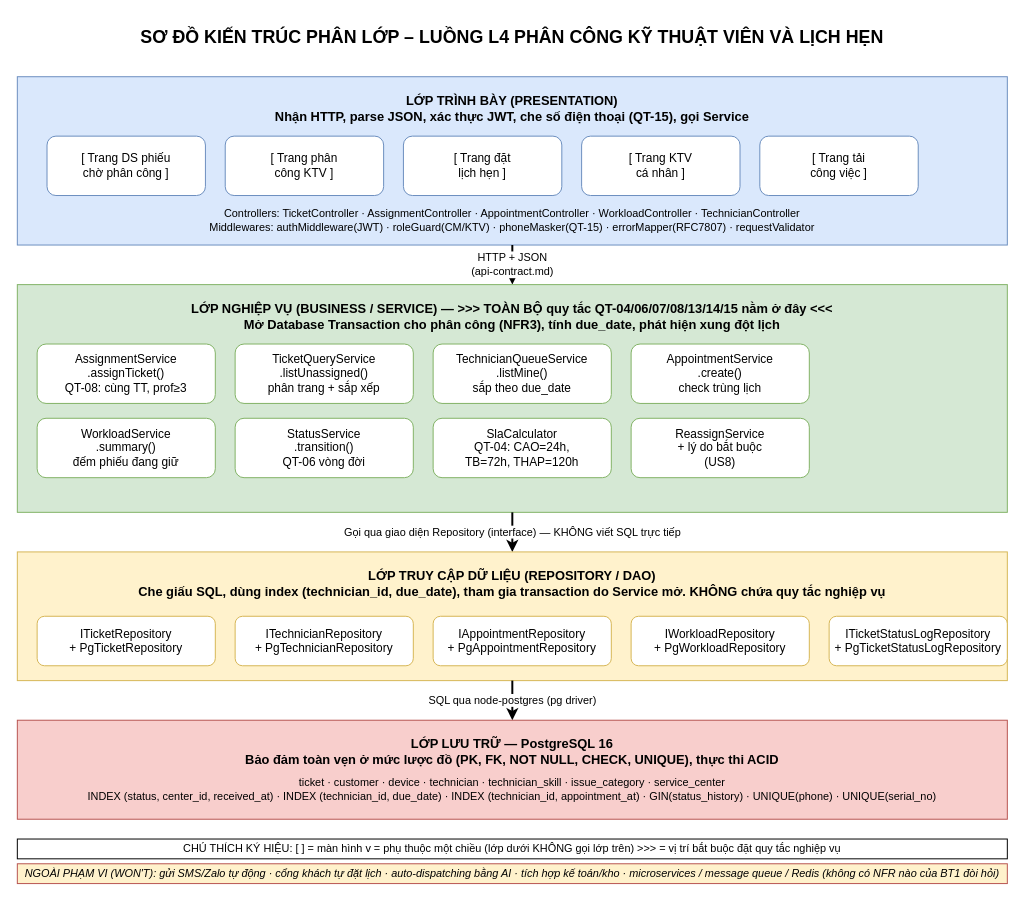
Above: docs/architecture.drawio in NguyenVinh2504/Cdtn1-NguyenTranHoangVinh-L4 (draw.io), before the change. Source tidied: cells renumbered, new cells numbered last; positions are measured from the earlier drawing's top-left corner, leaving out a move shared by most shapes. Both pictures are drawn from the tidied source at 99%, with x=0, y=0 at pixel (17, 17).
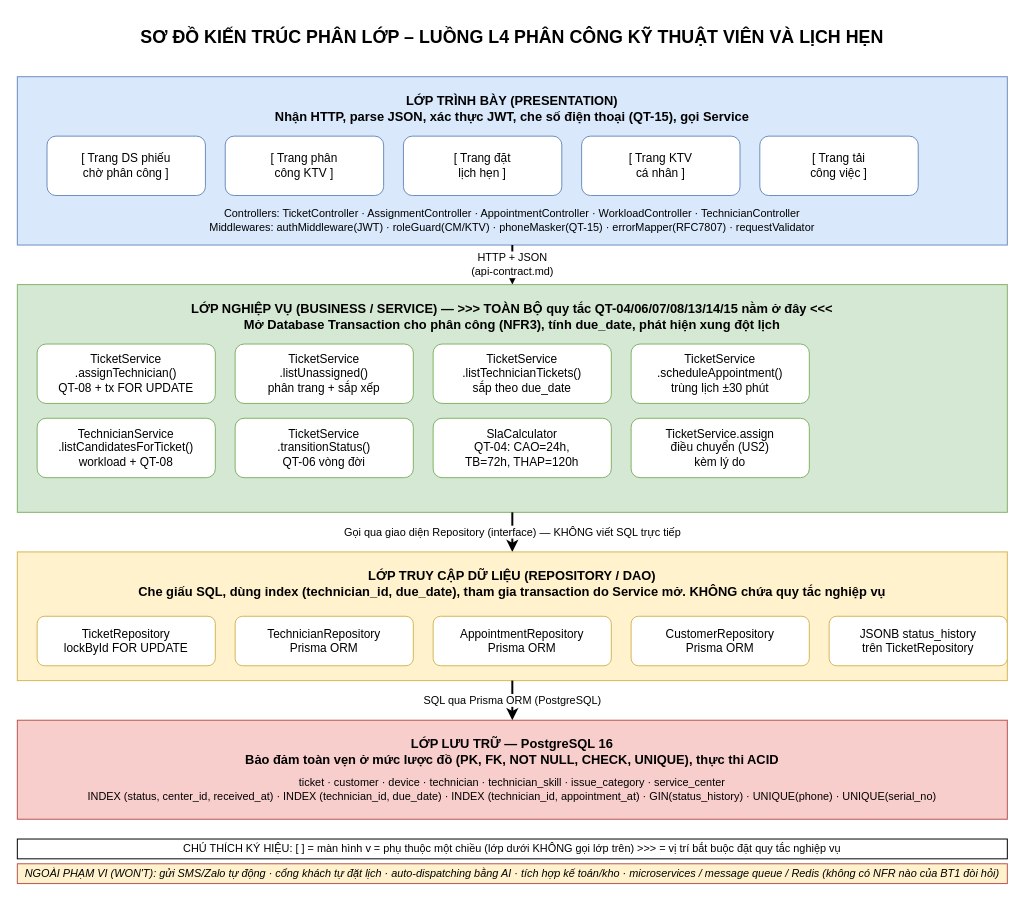
The same page after the edit.

The change refers to these unchanged cells:
```xml
<mxCell id="23" style="rounded=0;whiteSpace=wrap;html=1;fillColor=#fff2cc;strokeColor=#d6b656;" parent="1" vertex="1">
  <mxGeometry y="540" width="1000" height="130" as="geometry" />
</mxCell>
<mxCell id="31" style="rounded=0;whiteSpace=wrap;html=1;fillColor=#f8cecc;strokeColor=#b85450;" parent="1" vertex="1">
  <mxGeometry y="710" width="1000" height="100" as="geometry" />
</mxCell>
```

What changed in the source:
```diff
@@
-    <mxCell id="14" value="AssignmentService&#10;.assignTicket()&#10;QT-08: cùng TT, prof≥3" style="rounded=1;whiteSpace=wrap;html=1;fillColor=#ffffff;strokeColor=#82b366;" parent="1" vertex="1">
+    <mxCell id="14" value="TicketService&#10;.assignTechnician()&#10;QT-08 + tx FOR UPDATE" style="rounded=1;whiteSpace=wrap;html=1;fillColor=#ffffff;strokeColor=#82b366;" parent="1" vertex="1">
       <mxGeometry x="20" y="330" width="180" height="60" as="geometry" />
     </mxCell>
-    <mxCell id="15" value="TicketQueryService&#10;.listUnassigned()&#10;phân trang + sắp xếp" style="rounded=1;whiteSpace=wrap;html=1;fillColor=#ffffff;strokeColor=#82b366;" parent="1" vertex="1">
+    <mxCell id="15" value="TicketService&#10;.listUnassigned()&#10;phân trang + sắp xếp" style="rounded=1;whiteSpace=wrap;html=1;fillColor=#ffffff;strokeColor=#82b366;" parent="1" vertex="1">
       <mxGeometry x="220" y="330" width="180" height="60" as="geometry" />
     </mxCell>
-    <mxCell id="16" value="TechnicianQueueService&#10;.listMine()&#10;sắp theo due_date" style="rounded=1;whiteSpace=wrap;html=1;fillColor=#ffffff;strokeColor=#82b366;" parent="1" vertex="1">
+    <mxCell id="16" value="TicketService&#10;.listTechnicianTickets()&#10;sắp theo due_date" style="rounded=1;whiteSpace=wrap;html=1;fillColor=#ffffff;strokeColor=#82b366;" parent="1" vertex="1">
       <mxGeometry x="420" y="330" width="180" height="60" as="geometry" />
     </mxCell>
-    <mxCell id="17" value="AppointmentService&#10;.create()&#10;check trùng lịch" style="rounded=1;whiteSpace=wrap;html=1;fillColor=#ffffff;strokeColor=#82b366;" parent="1" vertex="1">
+    <mxCell id="17" value="TicketService&#10;.scheduleAppointment()&#10;trùng lịch ±30 phút" style="rounded=1;whiteSpace=wrap;html=1;fillColor=#ffffff;strokeColor=#82b366;" parent="1" vertex="1">
       <mxGeometry x="620" y="330" width="180" height="60" as="geometry" />
     </mxCell>
-    <mxCell id="18" value="WorkloadService&#10;.summary()&#10;đếm phiếu đang giữ" style="rounded=1;whiteSpace=wrap;html=1;fillColor=#ffffff;strokeColor=#82b366;" parent="1" vertex="1">
+    <mxCell id="18" value="TechnicianService&#10;.listCandidatesForTicket()&#10;workload + QT-08" style="rounded=1;whiteSpace=wrap;html=1;fillColor=#ffffff;strokeColor=#82b366;" parent="1" vertex="1">
       <mxGeometry x="20" y="405" width="180" height="60" as="geometry" />
     </mxCell>
-    <mxCell id="19" value="StatusService&#10;.transition()&#10;QT-06 vòng đời" style="rounded=1;whiteSpace=wrap;html=1;fillColor=#ffffff;strokeColor=#82b366;" parent="1" vertex="1">
+    <mxCell id="19" value="TicketService&#10;.transitionStatus()&#10;QT-06 vòng đời" style="rounded=1;whiteSpace=wrap;html=1;fillColor=#ffffff;strokeColor=#82b366;" parent="1" vertex="1">
       <mxGeometry x="220" y="405" width="180" height="60" as="geometry" />
     </mxCell>
@@
-    <mxCell id="21" value="ReassignService&#10;+ lý do bắt buộc&#10;(US8)" style="rounded=1;whiteSpace=wrap;html=1;fillColor=#ffffff;strokeColor=#82b366;" parent="1" vertex="1">
+    <mxCell id="21" value="TicketService.assign&#10;điều chuyển (US2)&#10;kèm lý do" style="rounded=1;whiteSpace=wrap;html=1;fillColor=#ffffff;strokeColor=#82b366;" parent="1" vertex="1">
       <mxGeometry x="620" y="405" width="180" height="60" as="geometry" />
     </mxCell>
@@
-    <mxCell id="25" value="ITicketRepository&#10;+ PgTicketRepository" style="rounded=1;whiteSpace=wrap;html=1;fillColor=#ffffff;strokeColor=#d6b656;" parent="1" vertex="1">
+    <mxCell id="25" value="TicketRepository&#10;lockById FOR UPDATE" style="rounded=1;whiteSpace=wrap;html=1;fillColor=#ffffff;strokeColor=#d6b656;" parent="1" vertex="1">
       <mxGeometry x="20" y="605" width="180" height="50" as="geometry" />
     </mxCell>
-    <mxCell id="26" value="ITechnicianRepository&#10;+ PgTechnicianRepository" style="rounded=1;whiteSpace=wrap;html=1;fillColor=#ffffff;strokeColor=#d6b656;" parent="1" vertex="1">
+    <mxCell id="26" value="TechnicianRepository&#10;Prisma ORM" style="rounded=1;whiteSpace=wrap;html=1;fillColor=#ffffff;strokeColor=#d6b656;" parent="1" vertex="1">
       <mxGeometry x="220" y="605" width="180" height="50" as="geometry" />
     </mxCell>
-    <mxCell id="27" value="IAppointmentRepository&#10;+ PgAppointmentRepository" style="rounded=1;whiteSpace=wrap;html=1;fillColor=#ffffff;strokeColor=#d6b656;" parent="1" vertex="1">
+    <mxCell id="27" value="AppointmentRepository&#10;Prisma ORM" style="rounded=1;whiteSpace=wrap;html=1;fillColor=#ffffff;strokeColor=#d6b656;" parent="1" vertex="1">
       <mxGeometry x="420" y="605" width="180" height="50" as="geometry" />
     </mxCell>
-    <mxCell id="28" value="IWorkloadRepository&#10;+ PgWorkloadRepository" style="rounded=1;whiteSpace=wrap;html=1;fillColor=#ffffff;strokeColor=#d6b656;" parent="1" vertex="1">
+    <mxCell id="28" value="CustomerRepository&#10;Prisma ORM" style="rounded=1;whiteSpace=wrap;html=1;fillColor=#ffffff;strokeColor=#d6b656;" parent="1" vertex="1">
       <mxGeometry x="620" y="605" width="180" height="50" as="geometry" />
     </mxCell>
-    <mxCell id="29" value="ITicketStatusLogRepository&#10;+ PgTicketStatusLogRepository" style="rounded=1;whiteSpace=wrap;html=1;fillColor=#ffffff;strokeColor=#d6b656;" parent="1" vertex="1">
+    <mxCell id="29" value="JSONB status_history&#10;trên TicketRepository" style="rounded=1;whiteSpace=wrap;html=1;fillColor=#ffffff;strokeColor=#d6b656;" parent="1" vertex="1">
       <mxGeometry x="820" y="605" width="180" height="50" as="geometry" />
     </mxCell>
-    <mxCell id="30" value="SQL qua node-postgres (pg driver)" style="endArrow=classic;html=1;exitX=0.5;exitY=1;exitDx=0;exitDy=0;entryX=0.5;entryY=0;entryDx=0;entryDy=0;fontSize=11;strokeWidth=2;" parent="1" edge="1" source="23" target="31">
+    <mxCell id="30" value="SQL qua Prisma ORM (PostgreSQL)" style="endArrow=classic;html=1;exitX=0.5;exitY=1;exitDx=0;exitDy=0;entryX=0.5;entryY=0;entryDx=0;entryDy=0;fontSize=11;strokeWidth=2;" parent="1" edge="1" source="23" target="31">
       <mxGeometry relative="1" as="geometry" />
     </mxCell>
```
